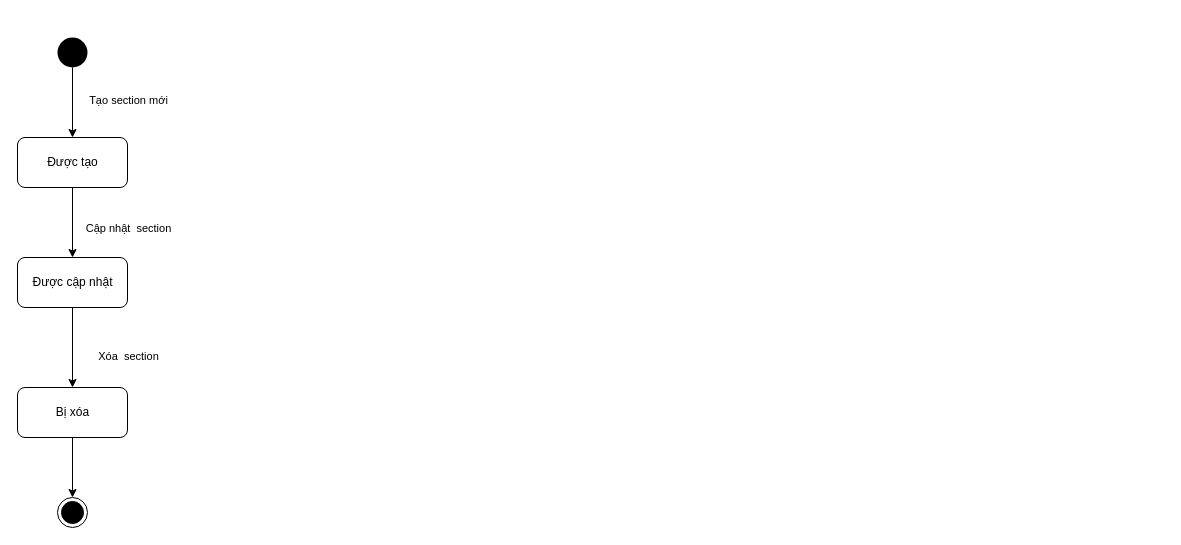
Earlier version of the draw.io diagram ToDoApp-Doc/Document/Diagram/State Machine Diagram/ManageSection/ManageSection.drawio (Merevoli-DatLuu/To-Do-App). Source tidied: cells renumbered, new cells numbered last; positions are measured from the earlier drawing's top-left corner, leaving out a move shared by most shapes. Both pictures are drawn from the tidied source at 100%, with x=0, y=0 at pixel (17, 37).
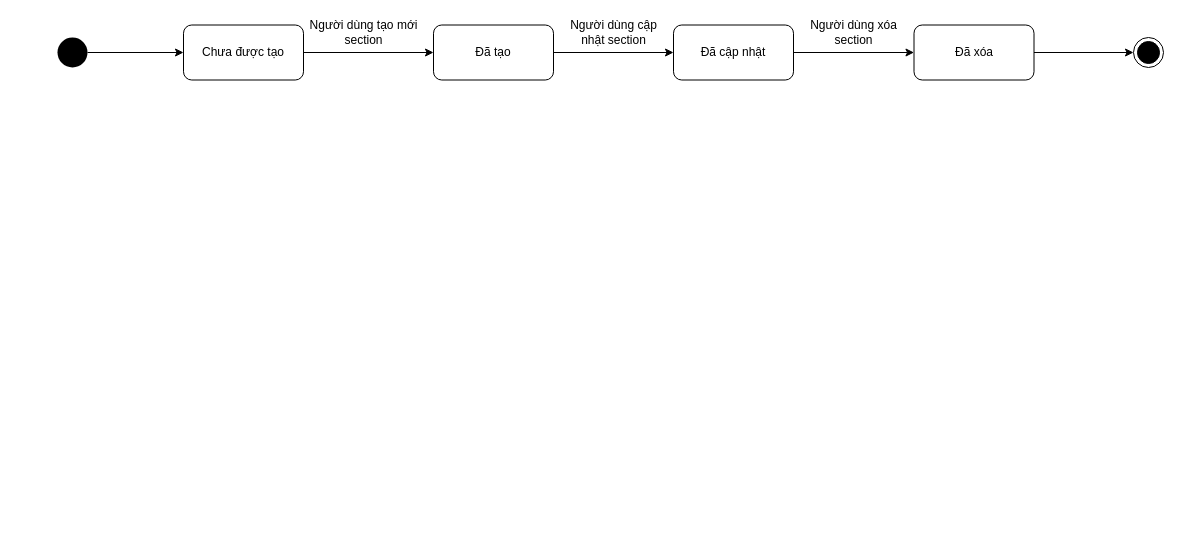
Above is the later version.

Commit message:
[Document, Modified]: ManageSection.drawio StateDiagram

The edit, as a diff of the source:
```diff
@@
 <mxGraphModel>
   <root>
     <mxCell id="0" />
     <mxCell id="1" parent="0" />
-    <mxCell id="2" style="edgeStyle=orthogonalEdgeStyle;rounded=0;jettySize=auto;html=1;" parent="1" edge="1" source="4" target="10">
-      <mxGeometry relative="1" as="geometry" />
-    </mxCell>
-    <mxCell id="3" value="Cập nhật&amp;nbsp; section" style="edgeLabel;html=1;align=center;verticalAlign=middle;" parent="2" vertex="1">
-      <mxGeometry x="0.13" y="1" relative="1" as="geometry">
-        <mxPoint x="54" as="offset" />
-      </mxGeometry>
-    </mxCell>
-    <mxCell id="4" value="Được tạo" style="html=1;rounded=1;" parent="1" vertex="1">
-      <mxGeometry y="100" width="110" height="50" as="geometry" />
-    </mxCell>
-    <mxCell id="5" style="edgeStyle=orthogonalEdgeStyle;rounded=0;jettySize=auto;html=1;" parent="1" edge="1" source="7" target="4">
-      <mxGeometry relative="1" as="geometry" />
-    </mxCell>
-    <mxCell id="6" value="Tạo section mới" style="edgeLabel;html=1;align=center;verticalAlign=middle;" parent="5" vertex="1">
-      <mxGeometry x="0.15" y="-3" relative="1" as="geometry">
-        <mxPoint x="58" y="-7.9" as="offset" />
-      </mxGeometry>
-    </mxCell>
+    <mxCell id="14" style="edgeStyle=orthogonalEdgeStyle;rounded=0;jettySize=auto;html=1;" parent="1" edge="1" source="7" target="16">
+      <mxGeometry relative="1" as="geometry" />
+    </mxCell>
     <mxCell id="7" style="ellipse;fillColor=#000000;strokeColor=none;" parent="1" vertex="1">
       <mxGeometry x="40" width="30" height="30" as="geometry" />
     </mxCell>
-    <mxCell id="8" style="edgeStyle=orthogonalEdgeStyle;rounded=0;jettySize=auto;html=1;" parent="1" edge="1" source="10" target="12">
-      <mxGeometry relative="1" as="geometry" />
-    </mxCell>
-    <mxCell id="9" value="Xóa&amp;nbsp; section" style="edgeLabel;html=1;align=center;verticalAlign=middle;" parent="8" vertex="1">
-      <mxGeometry x="-0.21" relative="1" as="geometry">
-        <mxPoint x="55" y="16.6" as="offset" />
-      </mxGeometry>
-    </mxCell>
-    <mxCell id="10" value="Được cập nhật" style="html=1;rounded=1;" parent="1" vertex="1">
-      <mxGeometry y="220" width="110" height="50" as="geometry" />
-    </mxCell>
-    <mxCell id="11" style="edgeStyle=orthogonalEdgeStyle;rounded=0;jettySize=auto;html=1;" parent="1" edge="1" source="12" target="13">
-      <mxGeometry relative="1" as="geometry" />
-    </mxCell>
-    <mxCell id="12" value="Bị xóa" style="html=1;rounded=1;" parent="1" vertex="1">
-      <mxGeometry y="350" width="110" height="50" as="geometry" />
-    </mxCell>
-    <mxCell id="13" style="ellipse;html=1;shape=endState;fillColor=#000000;strokeColor=#000000;" parent="1" vertex="1">
-      <mxGeometry x="40" y="460" width="30" height="30" as="geometry" />
-    </mxCell>
+    <mxCell id="15" style="edgeStyle=orthogonalEdgeStyle;rounded=0;jettySize=auto;html=1;entryX=0;entryY=0.5;entryDx=0;entryDy=0;" parent="1" edge="1" source="16" target="18">
+      <mxGeometry relative="1" as="geometry" />
+    </mxCell>
+    <mxCell id="16" value="Chưa được tạo" style="rounded=1;whiteSpace=wrap;html=1;" parent="1" vertex="1">
+      <mxGeometry x="166" y="-12.5" width="120" height="55" as="geometry" />
+    </mxCell>
+    <mxCell id="17" style="edgeStyle=orthogonalEdgeStyle;rounded=0;jettySize=auto;html=1;entryX=0;entryY=0.5;entryDx=0;entryDy=0;" parent="1" edge="1" source="18" target="20">
+      <mxGeometry relative="1" as="geometry" />
+    </mxCell>
+    <mxCell id="18" value="Đã tạo" style="rounded=1;whiteSpace=wrap;html=1;" parent="1" vertex="1">
+      <mxGeometry x="416" y="-12.5" width="120" height="55" as="geometry" />
+    </mxCell>
+    <mxCell id="19" style="edgeStyle=orthogonalEdgeStyle;rounded=0;jettySize=auto;html=1;" parent="1" edge="1" source="20" target="22">
+      <mxGeometry relative="1" as="geometry" />
+    </mxCell>
+    <mxCell id="20" value="Đã cập nhật" style="rounded=1;whiteSpace=wrap;html=1;" parent="1" vertex="1">
+      <mxGeometry x="656" y="-12.5" width="120" height="55" as="geometry" />
+    </mxCell>
+    <mxCell id="21" style="edgeStyle=orthogonalEdgeStyle;rounded=0;jettySize=auto;html=1;" parent="1" edge="1" source="22" target="26">
+      <mxGeometry relative="1" as="geometry" />
+    </mxCell>
+    <mxCell id="22" value="Đã xóa" style="rounded=1;whiteSpace=wrap;html=1;" parent="1" vertex="1">
+      <mxGeometry x="896.5" y="-12.5" width="120" height="55" as="geometry" />
+    </mxCell>
+    <mxCell id="23" value="&lt;div&gt;Người dùng tạo mới&lt;/div&gt;&lt;div&gt;section&lt;br&gt;&lt;/div&gt;" style="text;html=1;align=center;verticalAlign=middle;" parent="1" vertex="1">
+      <mxGeometry x="286" y="-20" width="120" height="30" as="geometry" />
+    </mxCell>
+    <mxCell id="24" value="&lt;div&gt;Người dùng cập &lt;br&gt;&lt;/div&gt;&lt;div&gt;nhật section&lt;br&gt;&lt;/div&gt;" style="text;html=1;align=center;verticalAlign=middle;" parent="1" vertex="1">
+      <mxGeometry x="546" y="-20" width="100" height="30" as="geometry" />
+    </mxCell>
+    <mxCell id="25" value="&lt;div&gt;Người dùng xóa&lt;/div&gt;&lt;div&gt;section&lt;br&gt;&lt;/div&gt;" style="text;html=1;align=center;verticalAlign=middle;" parent="1" vertex="1">
+      <mxGeometry x="786" y="-20" width="100" height="30" as="geometry" />
+    </mxCell>
+    <mxCell id="26" style="ellipse;html=1;shape=endState;fillColor=#000000;strokeColor=#000000;" parent="1" vertex="1">
+      <mxGeometry x="1116" width="30" height="30" as="geometry" />
+    </mxCell>
   </root>
 </mxGraphModel>
```
